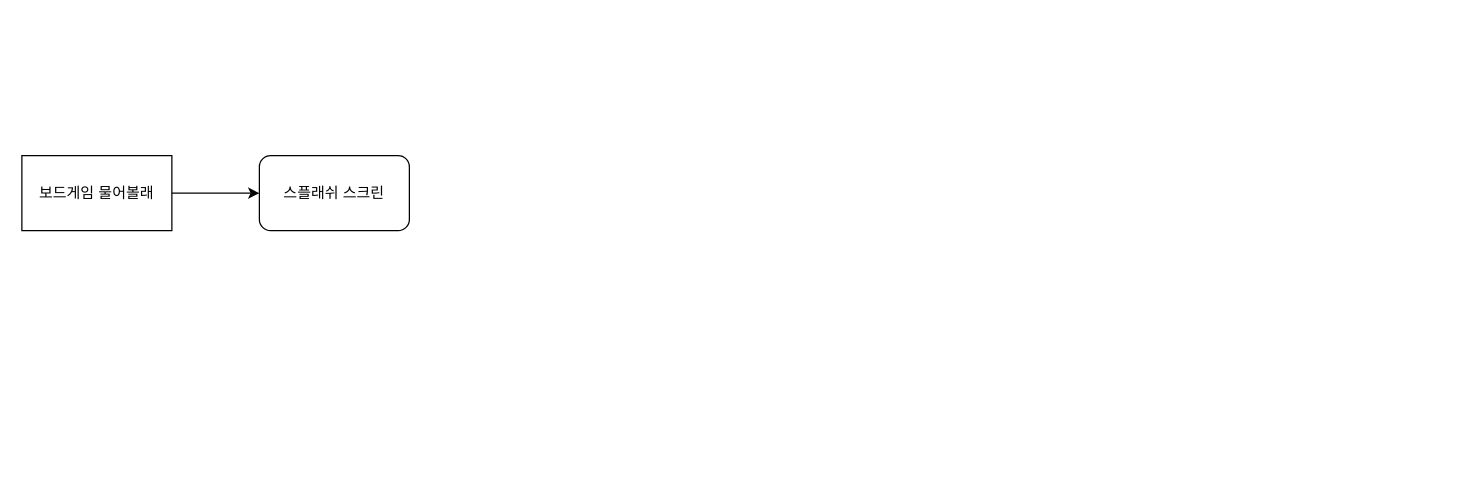
Above: page "Page-1" (1 of 2) of Untitled Diagram.drawio in yeeun-gwak/yeeun (draw.io), before the change. Source tidied: cells renumbered, new cells numbered last; positions are measured from the earlier drawing's top-left corner, leaving out a move shared by most shapes. Both pictures are drawn from the tidied source at 125%, with x=0, y=0 at pixel (21, 155).
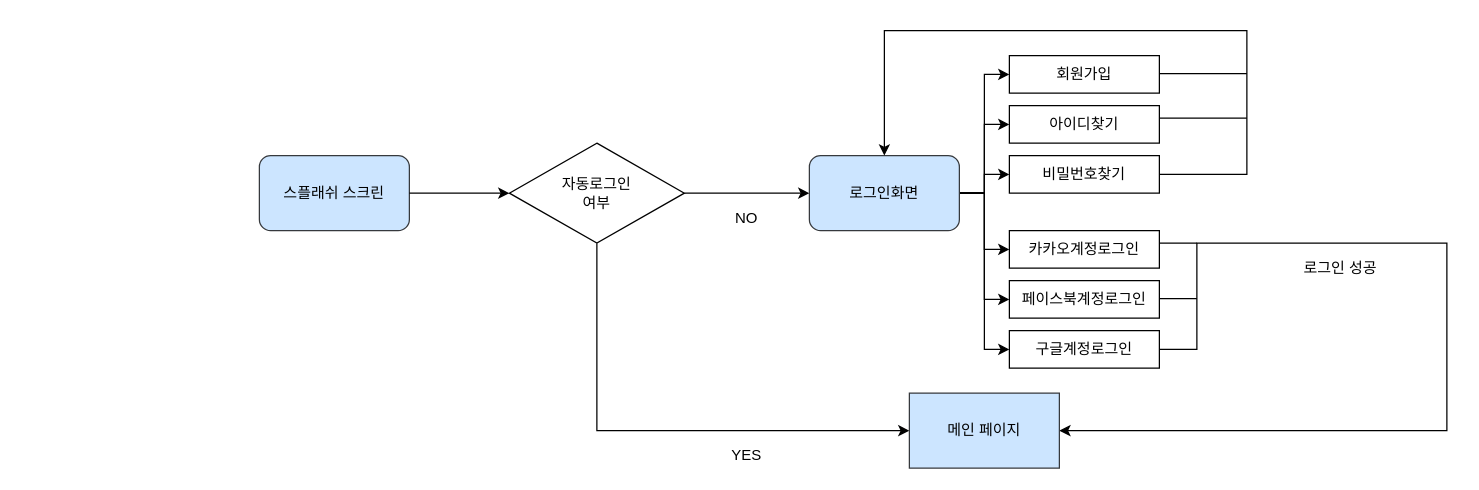
Above is the later version.

What changed in the source:
```diff
@@
-    <mxCell id="2" value="보드게임 물어볼래" style="rounded=0;whiteSpace=wrap;html=1;" parent="1" vertex="1">
-      <mxGeometry width="120" height="60" as="geometry" />
-    </mxCell>
-    <mxCell id="3" value="스플래쉬 스크린" style="rounded=1;whiteSpace=wrap;html=1;" parent="1" vertex="1">
+    <mxCell id="3" value="스플래쉬 스크린" style="rounded=1;whiteSpace=wrap;html=1;fillColor=#cce5ff;strokeColor=#36393d;" parent="1" vertex="1">
       <mxGeometry x="190" width="120" height="60" as="geometry" />
     </mxCell>
-    <mxCell id="4" style="endArrow=classic;html=1;exitX=1;exitY=0.5;exitDx=0;exitDy=0;entryX=0;entryY=0.5;entryDx=0;entryDy=0;" parent="1" edge="1" source="2" target="3">
-      <mxGeometry relative="1" as="geometry" />
-    </mxCell>
+    <mxCell id="5" style="endArrow=classic;html=1;" parent="1" edge="1" target="7">
+      <mxGeometry relative="1" as="geometry">
+        <mxPoint x="310" y="30" as="sourcePoint" />
+      </mxGeometry>
+    </mxCell>
+    <mxCell id="6" style="edgeStyle=orthogonalEdgeStyle;rounded=0;jettySize=auto;html=1;" parent="1" edge="1" source="7" target="24">
+      <mxGeometry relative="1" as="geometry">
+        <Array as="points">
+          <mxPoint x="460" y="220" />
+        </Array>
+      </mxGeometry>
+    </mxCell>
+    <mxCell id="7" value="자동로그인 &lt;br&gt;여부" style="rhombus;whiteSpace=wrap;html=1;" parent="1" vertex="1">
+      <mxGeometry x="390" y="-10" width="140" height="80" as="geometry" />
+    </mxCell>
+    <mxCell id="8" style="endArrow=classic;html=1;" parent="1" edge="1">
+      <mxGeometry relative="1" as="geometry">
+        <mxPoint x="530" y="30" as="sourcePoint" />
+        <mxPoint x="630" y="30" as="targetPoint" />
+      </mxGeometry>
+    </mxCell>
+    <mxCell id="9" value="NO" style="text;html=1;strokeColor=none;fillColor=none;align=center;verticalAlign=middle;whiteSpace=wrap;rounded=0;" parent="1" vertex="1">
+      <mxGeometry x="560" y="40" width="40" height="20" as="geometry" />
+    </mxCell>
+    <mxCell id="10" style="edgeStyle=orthogonalEdgeStyle;rounded=0;jettySize=auto;html=1;entryX=0;entryY=0.5;entryDx=0;entryDy=0;" parent="1" edge="1" source="16" target="17">
+      <mxGeometry relative="1" as="geometry" />
+    </mxCell>
+    <mxCell id="11" style="edgeStyle=orthogonalEdgeStyle;rounded=0;jettySize=auto;html=1;entryX=0;entryY=0.5;entryDx=0;entryDy=0;" parent="1" edge="1" source="16" target="23">
+      <mxGeometry relative="1" as="geometry" />
+    </mxCell>
+    <mxCell id="12" style="edgeStyle=orthogonalEdgeStyle;rounded=0;jettySize=auto;html=1;entryX=0;entryY=0.5;entryDx=0;entryDy=0;" parent="1" edge="1" source="16" target="18">
+      <mxGeometry relative="1" as="geometry" />
+    </mxCell>
+    <mxCell id="13" style="edgeStyle=orthogonalEdgeStyle;rounded=0;jettySize=auto;html=1;entryX=0;entryY=0.5;entryDx=0;entryDy=0;" parent="1" edge="1" source="16" target="22">
+      <mxGeometry relative="1" as="geometry" />
+    </mxCell>
+    <mxCell id="14" style="edgeStyle=orthogonalEdgeStyle;rounded=0;jettySize=auto;html=1;entryX=0;entryY=0.5;entryDx=0;entryDy=0;" parent="1" edge="1" source="16" target="20">
+      <mxGeometry relative="1" as="geometry" />
+    </mxCell>
+    <mxCell id="15" style="edgeStyle=orthogonalEdgeStyle;rounded=0;jettySize=auto;html=1;" parent="1" edge="1" source="16" target="19">
+      <mxGeometry relative="1" as="geometry" />
+    </mxCell>
+    <mxCell id="16" value="로그인화면" style="rounded=1;whiteSpace=wrap;html=1;fillColor=#cce5ff;strokeColor=#36393d;" parent="1" vertex="1">
+      <mxGeometry x="630" width="120" height="60" as="geometry" />
+    </mxCell>
+    <mxCell id="17" value="아이디찾기" style="rounded=0;whiteSpace=wrap;html=1;" parent="1" vertex="1">
+      <mxGeometry x="790" y="-40" width="120" height="30" as="geometry" />
+    </mxCell>
+    <mxCell id="18" value="비밀번호찾기" style="rounded=0;whiteSpace=wrap;html=1;" parent="1" vertex="1">
+      <mxGeometry x="790" width="120" height="30" as="geometry" />
+    </mxCell>
+    <mxCell id="19" value="카카오계정로그인" style="rounded=0;whiteSpace=wrap;html=1;" parent="1" vertex="1">
+      <mxGeometry x="790" y="60" width="120" height="30" as="geometry" />
+    </mxCell>
+    <mxCell id="20" value="페이스북계정로그인" style="rounded=0;whiteSpace=wrap;html=1;" parent="1" vertex="1">
+      <mxGeometry x="790" y="100" width="120" height="30" as="geometry" />
+    </mxCell>
+    <mxCell id="21" style="edgeStyle=orthogonalEdgeStyle;rounded=0;jettySize=auto;html=1;entryX=1;entryY=0.5;entryDx=0;entryDy=0;exitX=1;exitY=0.5;exitDx=0;exitDy=0;" parent="1" edge="1" source="22" target="24">
+      <mxGeometry relative="1" as="geometry">
+        <Array as="points">
+          <mxPoint x="940" y="155" />
+          <mxPoint x="940" y="70" />
+          <mxPoint x="1140" y="70" />
+          <mxPoint x="1140" y="220" />
+        </Array>
+      </mxGeometry>
+    </mxCell>
+    <mxCell id="22" value="구글계정로그인" style="rounded=0;whiteSpace=wrap;html=1;" parent="1" vertex="1">
+      <mxGeometry x="790" y="140" width="120" height="30" as="geometry" />
+    </mxCell>
+    <mxCell id="23" value="회원가입" style="rounded=0;whiteSpace=wrap;html=1;" parent="1" vertex="1">
+      <mxGeometry x="790" y="-80" width="120" height="30" as="geometry" />
+    </mxCell>
+    <mxCell id="24" value="메인 페이지" style="whiteSpace=wrap;html=1;fillColor=#cce5ff;strokeColor=#36393d;" parent="1" vertex="1">
+      <mxGeometry x="710" y="190" width="120" height="60" as="geometry" />
+    </mxCell>
+    <mxCell id="25" value="YES" style="text;html=1;strokeColor=none;fillColor=none;align=center;verticalAlign=middle;whiteSpace=wrap;rounded=0;" parent="1" vertex="1">
+      <mxGeometry x="560" y="230" width="40" height="20" as="geometry" />
+    </mxCell>
+    <mxCell id="26" style="endArrow=none;html=1;" parent="1" edge="1">
+      <mxGeometry relative="1" as="geometry">
+        <mxPoint x="910" y="114.4" as="sourcePoint" />
+        <mxPoint x="940" y="114.4" as="targetPoint" />
+      </mxGeometry>
+    </mxCell>
+    <mxCell id="27" style="endArrow=none;html=1;" parent="1" edge="1">
+      <mxGeometry relative="1" as="geometry">
+        <mxPoint x="910" y="70" as="sourcePoint" />
+        <mxPoint x="940" y="70" as="targetPoint" />
+      </mxGeometry>
+    </mxCell>
+    <mxCell id="28" style="edgeStyle=orthogonalEdgeStyle;rounded=0;jettySize=auto;html=1;entryX=0.5;entryY=0;entryDx=0;entryDy=0;exitX=1;exitY=0.5;exitDx=0;exitDy=0;" parent="1" edge="1" source="18" target="16">
+      <mxGeometry relative="1" as="geometry">
+        <Array as="points">
+          <mxPoint x="980" y="15" />
+          <mxPoint x="980" y="-100" />
+          <mxPoint x="690" y="-100" />
+        </Array>
+      </mxGeometry>
+    </mxCell>
+    <mxCell id="29" style="endArrow=none;html=1;" parent="1" edge="1">
+      <mxGeometry relative="1" as="geometry">
+        <mxPoint x="910" y="-30" as="sourcePoint" />
+        <mxPoint x="980" y="-30" as="targetPoint" />
+      </mxGeometry>
+    </mxCell>
+    <mxCell id="30" style="endArrow=none;html=1;" parent="1" edge="1">
+      <mxGeometry relative="1" as="geometry">
+        <mxPoint x="910" y="-65.6" as="sourcePoint" />
+        <mxPoint x="980" y="-65.6" as="targetPoint" />
+      </mxGeometry>
+    </mxCell>
+    <mxCell id="31" value="로그인 성공" style="text;html=1;strokeColor=none;fillColor=none;align=center;verticalAlign=middle;whiteSpace=wrap;rounded=0;" parent="1" vertex="1">
+      <mxGeometry x="1010" y="80" width="90" height="20" as="geometry" />
+    </mxCell>
```
